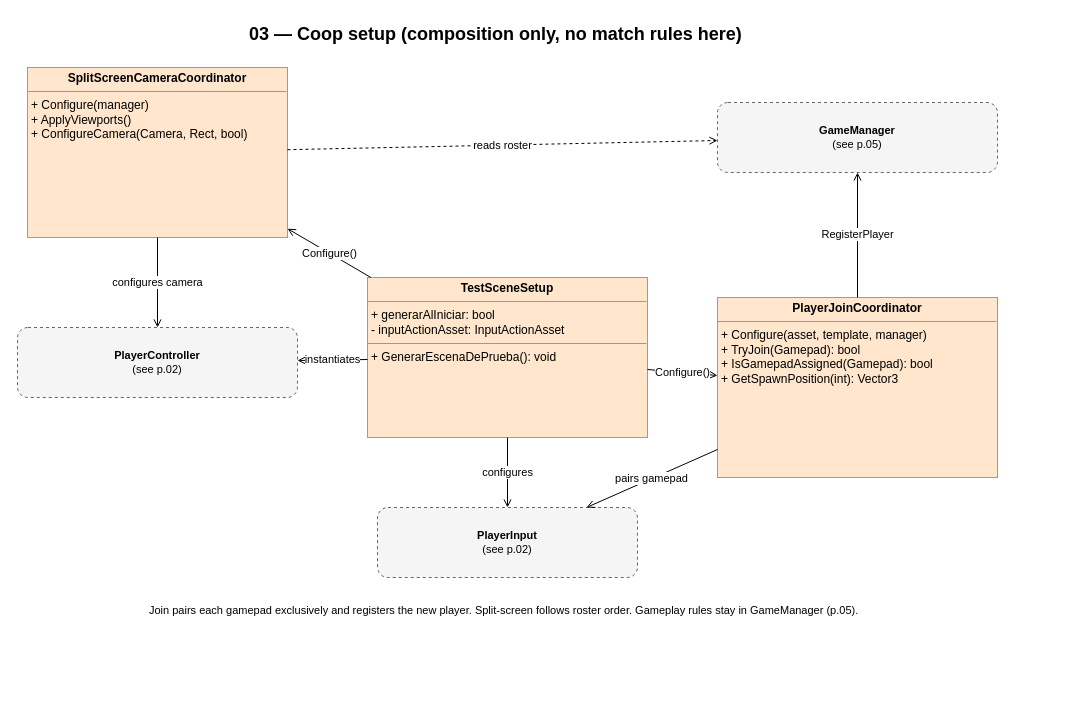
This is page "03 Coop setup" (4 of 6) of Documentacion/diagrama-de-clases.drawio from renzo23rc/ElUltimoPilar, a draw.io file, before an edit. Source tidied: cells renumbered, new cells numbered last; positions are measured from the earlier drawing's top-left corner, leaving out a move shared by most shapes. Both pictures are drawn from the tidied source at 100%, with x=0, y=0 at pixel (17, 17).
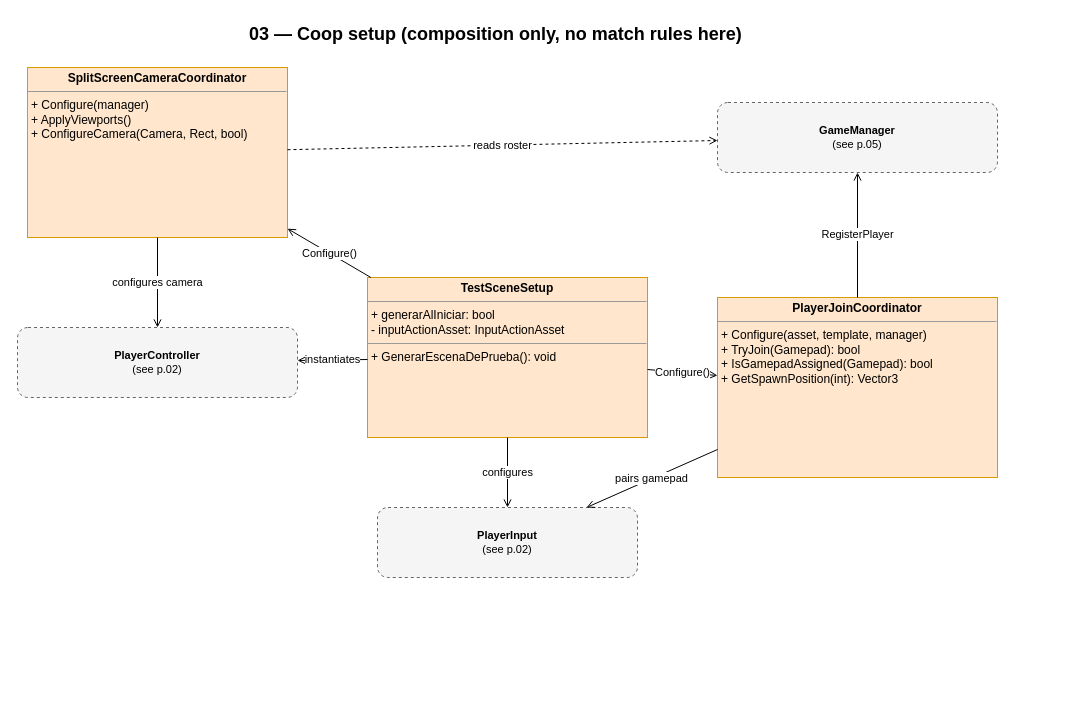
Above is the later version.

Change to the diagram source:
```diff
@@
 <mxGraphModel>
   <root>
     <mxCell id="0" />
     <mxCell id="1" parent="0" />
     <mxCell id="2" value="03 — Coop setup (composition only, no match rules here)" style="text;html=1;fontSize=18;fontStyle=1;align=left;" parent="1" vertex="1">
       <mxGeometry x="230" width="700" height="30" as="geometry" />
     </mxCell>
     <mxCell id="3" value="&lt;p style=&quot;margin:0px;margin-top:4px;text-align:center;&quot;&gt;&lt;b&gt;TestSceneSetup&lt;/b&gt;&lt;/p&gt;&lt;hr size=&quot;1&quot;/&gt;&lt;p style=&quot;margin:0px;margin-left:4px;&quot;&gt;+ generarAlIniciar: bool&lt;br&gt;- inputActionAsset: InputActionAsset&lt;/p&gt;&lt;hr size=&quot;1&quot;/&gt;&lt;p style=&quot;margin:0px;margin-left:4px;&quot;&gt;+ GenerarEscenaDePrueba(): void&lt;/p&gt;" style="verticalAlign=top;align=left;overflow=fill;fontSize=12;fontFamily=Helvetica;html=1;whiteSpace=wrap;fillColor=#FFE6CC;strokeColor=#D79B00;" parent="1" vertex="1">
       <mxGeometry x="350" y="260" width="280" height="160" as="geometry" />
     </mxCell>
     <mxCell id="4" value="&lt;p style=&quot;margin:0px;margin-top:4px;text-align:center;&quot;&gt;&lt;b&gt;PlayerJoinCoordinator&lt;/b&gt;&lt;/p&gt;&lt;hr size=&quot;1&quot;/&gt;&lt;p style=&quot;margin:0px;margin-left:4px;&quot;&gt;+ Configure(asset, template, manager)&lt;br&gt;+ TryJoin(Gamepad): bool&lt;br&gt;+ IsGamepadAssigned(Gamepad): bool&lt;br&gt;+ GetSpawnPosition(int): Vector3&lt;/p&gt;" style="verticalAlign=top;align=left;overflow=fill;fontSize=12;fontFamily=Helvetica;html=1;whiteSpace=wrap;fillColor=#FFE6CC;strokeColor=#D79B00;" parent="1" vertex="1">
       <mxGeometry x="700" y="280" width="280" height="180" as="geometry" />
     </mxCell>
     <mxCell id="5" value="&lt;p style=&quot;margin:0px;margin-top:4px;text-align:center;&quot;&gt;&lt;b&gt;SplitScreenCameraCoordinator&lt;/b&gt;&lt;/p&gt;&lt;hr size=&quot;1&quot;/&gt;&lt;p style=&quot;margin:0px;margin-left:4px;&quot;&gt;+ Configure(manager)&lt;br&gt;+ ApplyViewports()&lt;br&gt;+ ConfigureCamera(Camera, Rect, bool)&lt;/p&gt;" style="verticalAlign=top;align=left;overflow=fill;fontSize=12;fontFamily=Helvetica;html=1;whiteSpace=wrap;fillColor=#FFE6CC;strokeColor=#D79B00;" parent="1" vertex="1">
       <mxGeometry x="10" y="50" width="260" height="170" as="geometry" />
     </mxCell>
     <mxCell id="6" value="&lt;b&gt;GameManager&lt;/b&gt;&lt;br&gt;(see p.05)" style="rounded=1;whiteSpace=wrap;html=1;fillColor=#F5F5F5;strokeColor=#666666;dashed=1;fontSize=11;" parent="1" vertex="1">
       <mxGeometry x="700" y="85" width="280" height="70" as="geometry" />
     </mxCell>
     <mxCell id="7" value="&lt;b&gt;PlayerController&lt;/b&gt;&lt;br&gt;(see p.02)" style="rounded=1;whiteSpace=wrap;html=1;fillColor=#F5F5F5;strokeColor=#666666;dashed=1;fontSize=11;" parent="1" vertex="1">
       <mxGeometry y="310" width="280" height="70" as="geometry" />
     </mxCell>
     <mxCell id="8" value="&lt;b&gt;PlayerInput&lt;/b&gt;&lt;br&gt;(see p.02)" style="rounded=1;whiteSpace=wrap;html=1;fillColor=#F5F5F5;strokeColor=#666666;dashed=1;fontSize=11;" parent="1" vertex="1">
       <mxGeometry x="360" y="490" width="260" height="70" as="geometry" />
     </mxCell>
     <mxCell id="9" value="Configure()" style="endArrow=open;html=1;labelBackgroundColor=#ffffff;" parent="1" edge="1" source="3" target="4">
       <mxGeometry relative="1" as="geometry" />
     </mxCell>
     <mxCell id="10" value="Configure()" style="endArrow=open;html=1;labelBackgroundColor=#ffffff;" parent="1" edge="1" source="3" target="5">
       <mxGeometry relative="1" as="geometry" />
     </mxCell>
     <mxCell id="11" value="configures" style="endArrow=open;html=1;labelBackgroundColor=#ffffff;" parent="1" edge="1" source="3" target="8">
       <mxGeometry relative="1" as="geometry" />
     </mxCell>
     <mxCell id="12" value="instantiates" style="endArrow=open;html=1;labelBackgroundColor=#ffffff;" parent="1" edge="1" source="3" target="7">
       <mxGeometry relative="1" as="geometry" />
     </mxCell>
     <mxCell id="13" value="RegisterPlayer" style="endArrow=open;html=1;labelBackgroundColor=#ffffff;" parent="1" edge="1" source="4" target="6">
       <mxGeometry relative="1" as="geometry" />
     </mxCell>
     <mxCell id="14" value="pairs gamepad" style="endArrow=open;html=1;labelBackgroundColor=#ffffff;" parent="1" edge="1" source="4" target="8">
       <mxGeometry relative="1" as="geometry" />
     </mxCell>
     <mxCell id="15" value="reads roster" style="dashed=1;endArrow=open;html=1;labelBackgroundColor=#ffffff;" parent="1" edge="1" source="5" target="6">
       <mxGeometry relative="1" as="geometry" />
     </mxCell>
     <mxCell id="16" value="configures camera" style="endArrow=open;html=1;labelBackgroundColor=#ffffff;" parent="1" edge="1" source="5" target="7">
       <mxGeometry relative="1" as="geometry" />
     </mxCell>
-    <mxCell id="17" value="Join pairs each gamepad exclusively and registers the new player. Split-screen follows roster order. Gameplay rules stay in GameManager (p.05)." style="text;html=1;fontSize=11;align=left;" parent="1" vertex="1">
-      <mxGeometry x="130" y="580" width="920" height="100" as="geometry" />
-    </mxCell>
   </root>
 </mxGraphModel>
```
